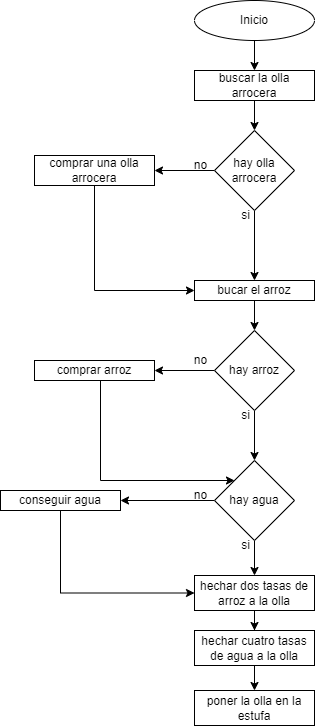
Above: cocinar arroz.drawio.png in dasamepu/platzi-flowcharts-de-la-vida-diaria (draw.io), before the change. Source tidied: cells renumbered, new cells last; positions are measured from the earlier drawing's top-left corner, leaving out a move shared by most shapes.
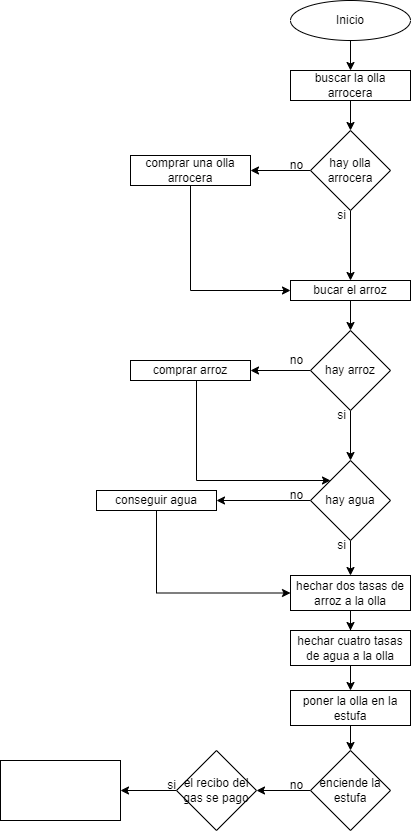
Above is the later version.

The edit, as a diff of the source:
```diff
@@ -107,8 +107,32 @@
     <mxCell id="32" value="hechar cuatro tasas de agua a la olla" style="whiteSpace=wrap;html=1;" parent="1" vertex="1">
       <mxGeometry x="194" y="630" width="120" height="35" as="geometry" />
     </mxCell>
+    <mxCell id="34" style="edgeStyle=orthogonalEdgeStyle;rounded=0;jettySize=auto;html=1;" parent="1" edge="1" source="33" target="36">
+      <mxGeometry relative="1" as="geometry" />
+    </mxCell>
     <mxCell id="33" value="poner la olla en la estufa" style="whiteSpace=wrap;html=1;" parent="1" vertex="1">
       <mxGeometry x="194" y="690" width="120" height="35" as="geometry" />
     </mxCell>
+    <mxCell id="35" style="edgeStyle=orthogonalEdgeStyle;rounded=0;jettySize=auto;html=1;" parent="1" edge="1" source="36" target="39">
+      <mxGeometry relative="1" as="geometry" />
+    </mxCell>
+    <mxCell id="36" value="enciende la estufa" style="rhombus;whiteSpace=wrap;html=1;" parent="1" vertex="1">
+      <mxGeometry x="214" y="750" width="80" height="80" as="geometry" />
+    </mxCell>
+    <mxCell id="37" value="no" style="text;html=1;align=center;verticalAlign=middle;strokeColor=none;fillColor=none;" parent="1" vertex="1">
+      <mxGeometry x="180" y="770" width="40" height="30" as="geometry" />
+    </mxCell>
+    <mxCell id="38" style="edgeStyle=orthogonalEdgeStyle;rounded=0;jettySize=auto;html=1;" parent="1" edge="1" source="39" target="40">
+      <mxGeometry relative="1" as="geometry" />
+    </mxCell>
+    <mxCell id="39" value="el recibo del gas se pago" style="rhombus;whiteSpace=wrap;html=1;" parent="1" vertex="1">
+      <mxGeometry x="80" y="750" width="80" height="80" as="geometry" />
+    </mxCell>
+    <mxCell id="40" style="whiteSpace=wrap;html=1;" parent="1" vertex="1">
+      <mxGeometry x="-96" y="760" width="120" height="60" as="geometry" />
+    </mxCell>
+    <mxCell id="41" value="si" style="text;html=1;align=center;verticalAlign=middle;strokeColor=none;fillColor=none;" parent="1" vertex="1">
+      <mxGeometry x="60" y="770" width="30" height="30" as="geometry" />
+    </mxCell>
   </root>
 </mxGraphModel>
```
